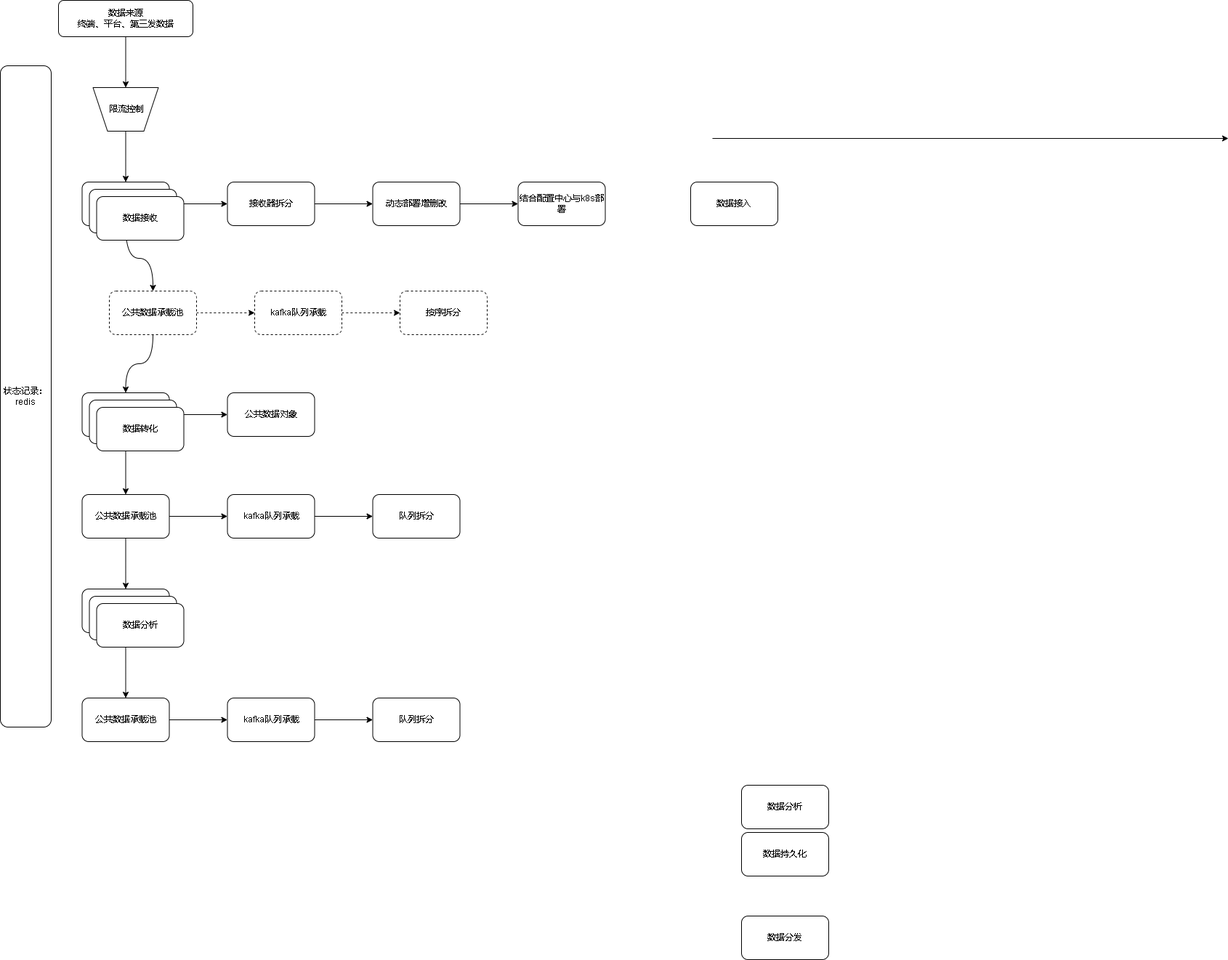
Above: 808后台架构.drawio.png in xktder/draw (draw.io), before the change. Source tidied: cells renumbered, new cells last; positions are measured from the earlier drawing's top-left corner, leaving out a move shared by most shapes.
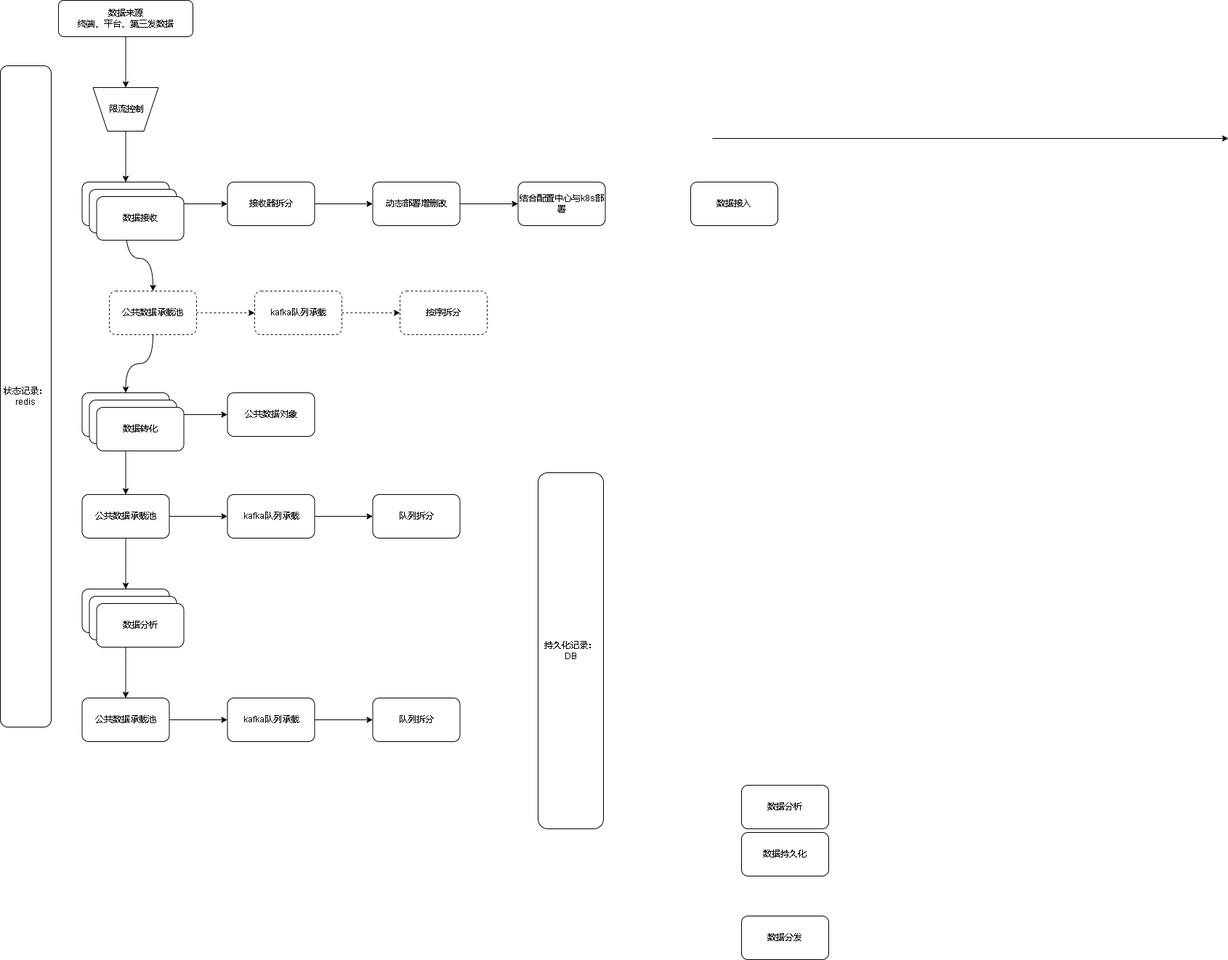
After the commit.

Commit message:
更新808后台架构.drawio.png

Diff of the diagram source:
```diff
@@ -149,5 +149,8 @@
     <mxCell id="49" value="队列拆分" style="whiteSpace=wrap;html=1;rounded=1;" parent="1" vertex="1">
       <mxGeometry x="512.5" y="960" width="120" height="60" as="geometry" />
     </mxCell>
+    <mxCell id="50" value="持久化记录：&lt;br&gt;DB" style="rounded=1;whiteSpace=wrap;html=1;" parent="1" vertex="1">
+      <mxGeometry x="740" y="650" width="90" height="490" as="geometry" />
+    </mxCell>
   </root>
 </mxGraphModel>
```
